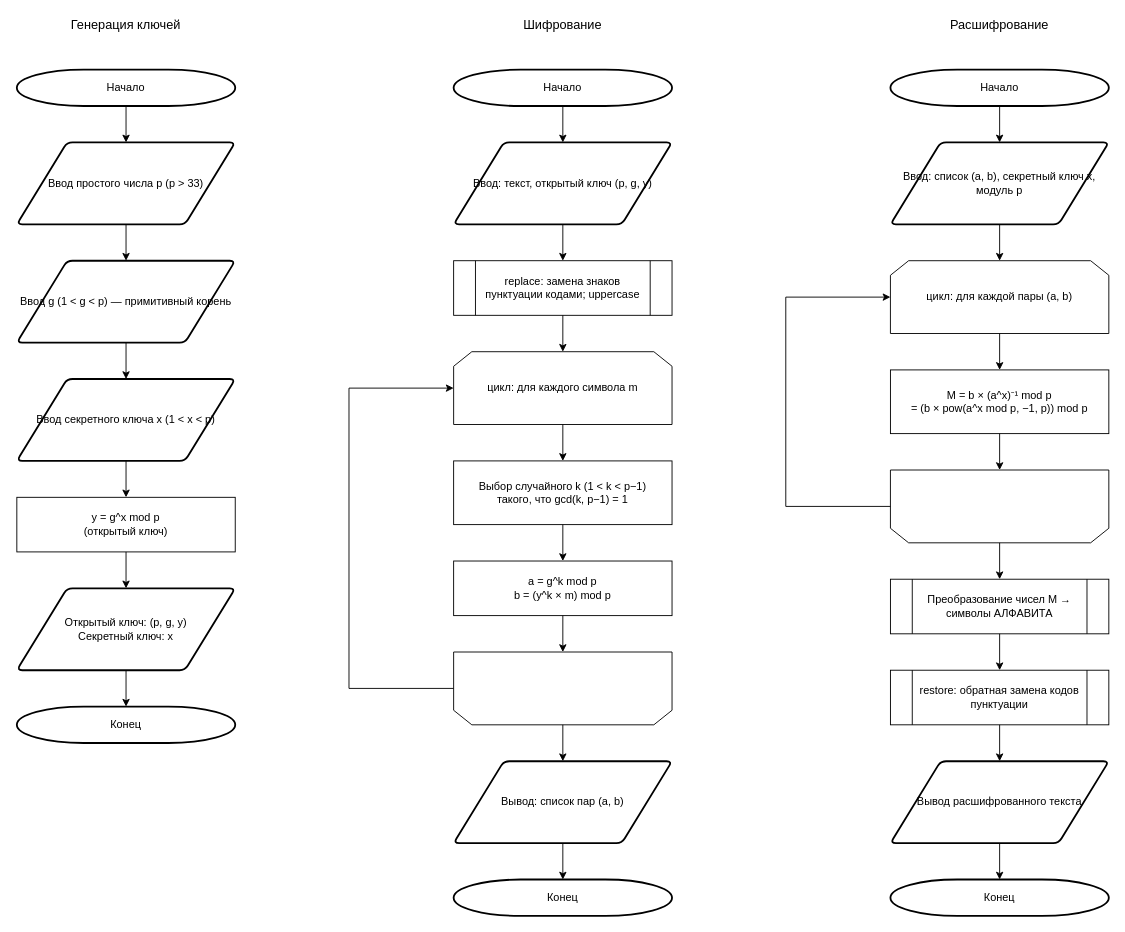
This is elgamal_diagram.drawio from Laincetta/mospolytech-cryptography, a draw.io file, before an edit. Source tidied: cells renumbered, new cells numbered last; positions are measured from the earlier drawing's top-left corner, leaving out a move shared by most shapes. Both pictures are drawn from the tidied source at 91%, with x=0, y=0 at pixel (16, 15).
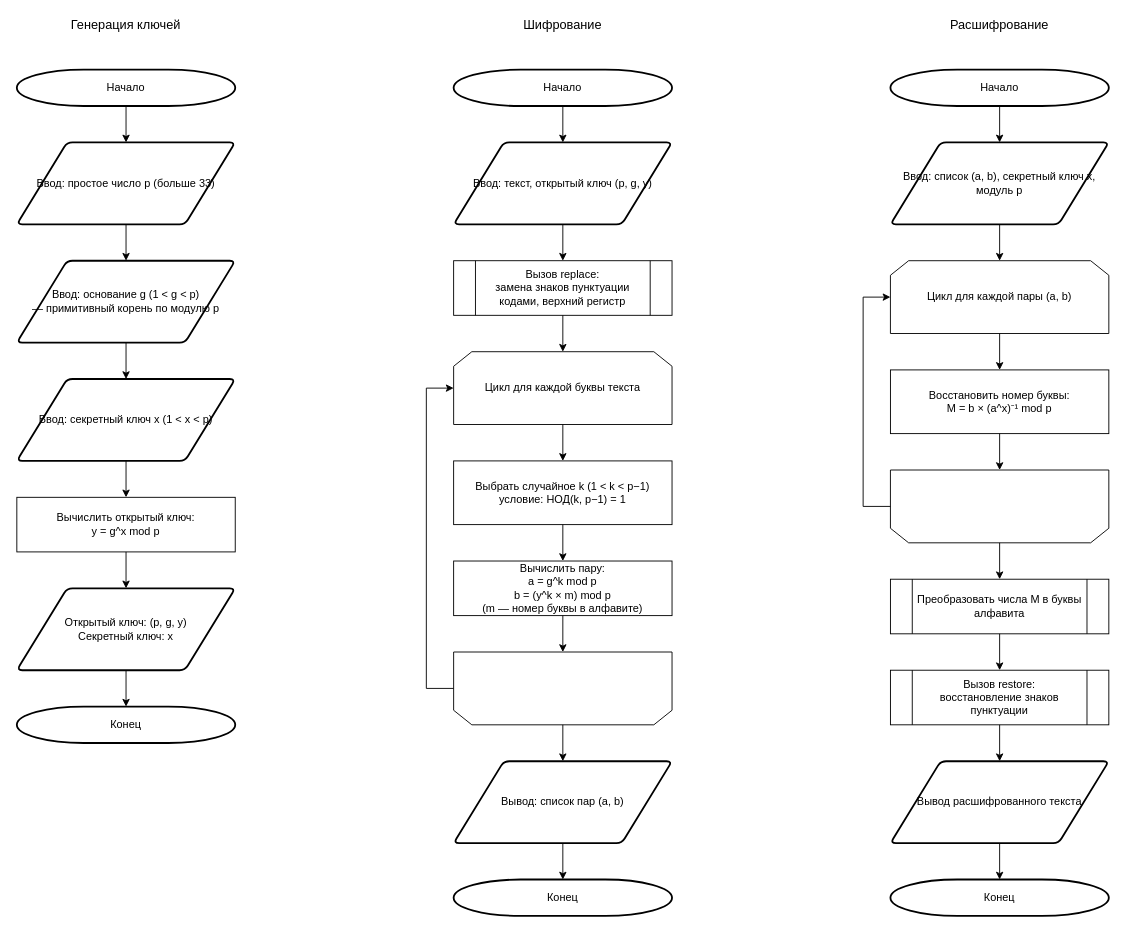
The same page after the edit.

The change refers to these unchanged cells:
```xml
<mxCell id="24" style="text;html=1;whiteSpace=wrap;strokeColor=none;fillColor=none;opacity=0;" parent="1" vertex="1">
  <mxGeometry x="480" y="699" width="240" height="80" as="geometry" />
</mxCell>
<mxCell id="42" style="text;html=1;whiteSpace=wrap;strokeColor=none;fillColor=none;opacity=0;" parent="1" vertex="1">
  <mxGeometry x="960" y="499" width="240" height="80" as="geometry" />
</mxCell>
```

Diff of the diagram source:
```diff
@@
-    <mxCell id="4" value="Ввод простого числа p (p &gt; 33)" style="shape=parallelogram;html=1;strokeWidth=2;perimeter=parallelogramPerimeter;whiteSpace=wrap;rounded=1;arcSize=12;size=0.23;" parent="1" vertex="1">
+    <mxCell id="4" value="Ввод: простое число p (больше 33)" style="shape=parallelogram;html=1;strokeWidth=2;perimeter=parallelogramPerimeter;whiteSpace=wrap;rounded=1;arcSize=12;size=0.23;" parent="1" vertex="1">
       <mxGeometry y="139" width="240" height="90" as="geometry" />
     </mxCell>
-    <mxCell id="5" value="Ввод g (1 &lt; g &lt; p) — примитивный корень" style="shape=parallelogram;html=1;strokeWidth=2;perimeter=parallelogramPerimeter;whiteSpace=wrap;rounded=1;arcSize=12;size=0.23;" parent="1" vertex="1">
+    <mxCell id="5" value="Ввод: основание g (1 &amp;lt; g &amp;lt; p)&#10;— примитивный корень по модулю p" style="shape=parallelogram;html=1;strokeWidth=2;perimeter=parallelogramPerimeter;whiteSpace=wrap;rounded=1;arcSize=12;size=0.23;" parent="1" vertex="1">
       <mxGeometry y="269" width="240" height="90" as="geometry" />
     </mxCell>
-    <mxCell id="6" value="Ввод секретного ключа x (1 &lt; x &lt; p)" style="shape=parallelogram;html=1;strokeWidth=2;perimeter=parallelogramPerimeter;whiteSpace=wrap;rounded=1;arcSize=12;size=0.23;" parent="1" vertex="1">
+    <mxCell id="6" value="Ввод: секретный ключ x (1 &amp;lt; x &amp;lt; p)" style="shape=parallelogram;html=1;strokeWidth=2;perimeter=parallelogramPerimeter;whiteSpace=wrap;rounded=1;arcSize=12;size=0.23;" parent="1" vertex="1">
       <mxGeometry y="399" width="240" height="90" as="geometry" />
     </mxCell>
-    <mxCell id="7" value="y = g^x mod p&#10;(открытый ключ)" style="rounded=0;whiteSpace=wrap;html=1;" parent="1" vertex="1">
+    <mxCell id="7" value="Вычислить открытый ключ:&#10;y = g^x mod p" style="rounded=0;whiteSpace=wrap;html=1;" parent="1" vertex="1">
       <mxGeometry y="529" width="240" height="60" as="geometry" />
     </mxCell>
@@
-    <mxCell id="19" value="replace: замена знаков пунктуации кодами; uppercase" style="shape=process;whiteSpace=wrap;html=1;backgroundOutline=1;" parent="1" vertex="1">
+    <mxCell id="19" value="Вызов replace:&#10;замена знаков пунктуации кодами, верхний регистр" style="shape=process;whiteSpace=wrap;html=1;backgroundOutline=1;" parent="1" vertex="1">
       <mxGeometry x="480" y="269" width="240" height="60" as="geometry" />
     </mxCell>
-    <mxCell id="20" value="цикл: для каждого символа m" style="shape=loopLimit;whiteSpace=wrap;html=1;" parent="1" vertex="1">
+    <mxCell id="20" value="Цикл для каждой буквы текста" style="shape=loopLimit;whiteSpace=wrap;html=1;" parent="1" vertex="1">
       <mxGeometry x="480" y="369" width="240" height="80" as="geometry" />
     </mxCell>
-    <mxCell id="21" value="Выбор случайного k (1 &lt; k &lt; p−1)&#10;такого, что gcd(k, p−1) = 1" style="rounded=0;whiteSpace=wrap;html=1;" parent="1" vertex="1">
+    <mxCell id="21" value="Выбрать случайное k (1 &amp;lt; k &amp;lt; p−1)&#10;условие: НОД(k, p−1) = 1" style="rounded=0;whiteSpace=wrap;html=1;" parent="1" vertex="1">
       <mxGeometry x="480" y="489" width="240" height="70" as="geometry" />
     </mxCell>
-    <mxCell id="22" value="a = g^k mod p&#10;b = (y^k × m) mod p" style="rounded=0;whiteSpace=wrap;html=1;" parent="1" vertex="1">
+    <mxCell id="22" value="Вычислить пару:&#10;a = g^k mod p&#10;b = (y^k × m) mod p&#10;(m — номер буквы в алфавите)" style="rounded=0;whiteSpace=wrap;html=1;" parent="1" vertex="1">
       <mxGeometry x="480" y="599" width="240" height="60" as="geometry" />
     </mxCell>
@@
     <mxCell id="33" style="edgeStyle=orthogonalEdgeStyle;rounded=0;jettySize=auto;html=1;exitX=0;exitY=0.5;exitDx=0;exitDy=0;entryX=0;entryY=0.5;entryDx=0;entryDy=0;" parent="1" edge="1" source="24" target="20">
       <mxGeometry relative="1" as="geometry">
         <Array as="points">
-          <mxPoint x="365" y="739" />
-          <mxPoint x="365" y="409" />
+          <mxPoint x="450" y="739" />
+          <mxPoint x="450" y="409" />
         </Array>
       </mxGeometry>
     </mxCell>
@@
-    <mxCell id="39" value="цикл: для каждой пары (a, b)" style="shape=loopLimit;whiteSpace=wrap;html=1;" parent="1" vertex="1">
+    <mxCell id="39" value="Цикл для каждой пары (a, b)" style="shape=loopLimit;whiteSpace=wrap;html=1;" parent="1" vertex="1">
       <mxGeometry x="960" y="269" width="240" height="80" as="geometry" />
     </mxCell>
-    <mxCell id="40" value="M = b × (a^x)⁻¹ mod p&#10;= (b × pow(a^x mod p, −1, p)) mod p" style="rounded=0;whiteSpace=wrap;html=1;" parent="1" vertex="1">
+    <mxCell id="40" value="Восстановить номер буквы:&#10;M = b × (a^x)⁻¹ mod p" style="rounded=0;whiteSpace=wrap;html=1;" parent="1" vertex="1">
       <mxGeometry x="960" y="389" width="240" height="70" as="geometry" />
     </mxCell>
@@
-    <mxCell id="43" value="Преобразование чисел M → символы АЛФАВИТА" style="shape=process;whiteSpace=wrap;html=1;backgroundOutline=1;" parent="1" vertex="1">
+    <mxCell id="43" value="Преобразовать числа M в буквы алфавита" style="shape=process;whiteSpace=wrap;html=1;backgroundOutline=1;" parent="1" vertex="1">
       <mxGeometry x="960" y="619" width="240" height="60" as="geometry" />
     </mxCell>
-    <mxCell id="44" value="restore: обратная замена кодов пунктуации" style="shape=process;whiteSpace=wrap;html=1;backgroundOutline=1;" parent="1" vertex="1">
+    <mxCell id="44" value="Вызов restore:&#10;восстановление знаков пунктуации" style="shape=process;whiteSpace=wrap;html=1;backgroundOutline=1;" parent="1" vertex="1">
       <mxGeometry x="960" y="719" width="240" height="60" as="geometry" />
     </mxCell>
@@
     <mxCell id="51" style="edgeStyle=orthogonalEdgeStyle;rounded=0;jettySize=auto;html=1;exitX=0;exitY=0.5;exitDx=0;exitDy=0;entryX=0;entryY=0.5;entryDx=0;entryDy=0;" parent="1" edge="1" source="42" target="39">
       <mxGeometry relative="1" as="geometry">
         <Array as="points">
-          <mxPoint x="845" y="539" />
-          <mxPoint x="845" y="309" />
+          <mxPoint x="930" y="539" />
+          <mxPoint x="930" y="309" />
         </Array>
       </mxGeometry>
     </mxCell>
```
